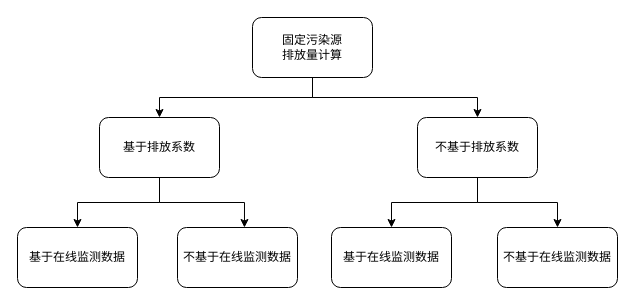
WienWong/Misc keeps this draw.io diagram as 固定污染源计算.drawio. Above is the earlier version. Source tidied: cells renumbered, new cells numbered last; positions are measured from the earlier drawing's top-left corner, leaving out a move shared by most shapes. Both pictures are drawn from the tidied source at 100%, with x=0, y=0 at pixel (17, 17).
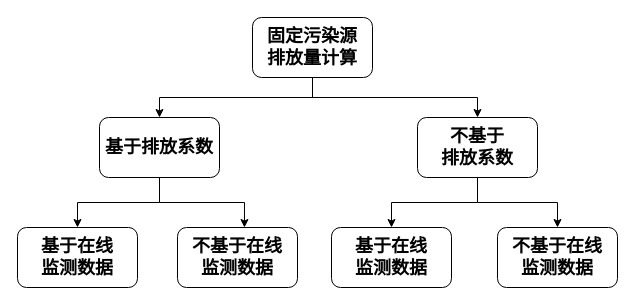
The same diagram, later.

Commit message (it also covers changes not shown here):
Update 固定污染源计算.drawio

Diff of the diagram source:
```diff
@@
 <mxGraphModel>
   <root>
     <mxCell id="0" />
     <mxCell id="1" parent="0" />
     <mxCell id="2" style="edgeStyle=orthogonalEdgeStyle;rounded=0;jettySize=auto;html=1;exitX=0.5;exitY=1;exitDx=0;exitDy=0;" parent="1" edge="1" source="4" target="10">
       <mxGeometry relative="1" as="geometry" />
     </mxCell>
     <mxCell id="3" style="edgeStyle=orthogonalEdgeStyle;rounded=0;jettySize=auto;html=1;exitX=0.5;exitY=1;exitDx=0;exitDy=0;" parent="1" edge="1" source="4" target="7">
       <mxGeometry relative="1" as="geometry" />
     </mxCell>
-    <mxCell id="4" value="固定污染源&lt;br&gt;排放量计算" style="rounded=1;whiteSpace=wrap;html=1;" parent="1" vertex="1">
+    <mxCell id="4" value="&lt;font style=&quot;font-size: 18px&quot;&gt;&lt;b&gt;固定污染源&lt;br&gt;排放量计算&lt;/b&gt;&lt;/font&gt;" style="rounded=1;whiteSpace=wrap;html=1;" parent="1" vertex="1">
       <mxGeometry x="235" width="120" height="60" as="geometry" />
     </mxCell>
     <mxCell id="5" style="edgeStyle=orthogonalEdgeStyle;rounded=0;jettySize=auto;html=1;exitX=0.5;exitY=1;exitDx=0;exitDy=0;entryX=0.5;entryY=0;entryDx=0;entryDy=0;" parent="1" edge="1" source="7" target="11">
       <mxGeometry relative="1" as="geometry" />
     </mxCell>
     <mxCell id="6" style="edgeStyle=orthogonalEdgeStyle;rounded=0;jettySize=auto;html=1;exitX=0.5;exitY=1;exitDx=0;exitDy=0;entryX=0.5;entryY=0;entryDx=0;entryDy=0;" parent="1" edge="1" source="7" target="12">
       <mxGeometry relative="1" as="geometry" />
     </mxCell>
-    <mxCell id="7" value="不基于排放系数&lt;br&gt;" style="rounded=1;whiteSpace=wrap;html=1;" parent="1" vertex="1">
+    <mxCell id="7" value="&lt;font style=&quot;font-size: 18px&quot;&gt;&lt;b&gt;不基于&lt;br&gt;排放系数&lt;/b&gt;&lt;/font&gt;" style="rounded=1;whiteSpace=wrap;html=1;" parent="1" vertex="1">
       <mxGeometry x="400" y="100" width="120" height="60" as="geometry" />
     </mxCell>
     <mxCell id="8" style="edgeStyle=orthogonalEdgeStyle;rounded=0;jettySize=auto;html=1;exitX=0.5;exitY=1;exitDx=0;exitDy=0;entryX=0.5;entryY=0;entryDx=0;entryDy=0;" parent="1" edge="1" source="10" target="13">
       <mxGeometry relative="1" as="geometry" />
     </mxCell>
     <mxCell id="9" style="edgeStyle=orthogonalEdgeStyle;rounded=0;jettySize=auto;html=1;exitX=0.5;exitY=1;exitDx=0;exitDy=0;entryX=0.558;entryY=0;entryDx=0;entryDy=0;entryPerimeter=0;" parent="1" edge="1" source="10" target="14">
       <mxGeometry relative="1" as="geometry" />
     </mxCell>
-    <mxCell id="10" value="基于排放系数&lt;br&gt;" style="rounded=1;whiteSpace=wrap;html=1;" parent="1" vertex="1">
+    <mxCell id="10" value="&lt;font style=&quot;font-size: 18px&quot;&gt;&lt;b&gt;基于排放系数&lt;/b&gt;&lt;/font&gt;" style="rounded=1;whiteSpace=wrap;html=1;" parent="1" vertex="1">
       <mxGeometry x="82" y="100" width="120" height="60" as="geometry" />
     </mxCell>
-    <mxCell id="11" value="基于在线监测数据" style="rounded=1;whiteSpace=wrap;html=1;" parent="1" vertex="1">
+    <mxCell id="11" value="&lt;font style=&quot;font-size: 18px&quot;&gt;&lt;b&gt;基于在线&lt;br&gt;监测数据&lt;/b&gt;&lt;/font&gt;" style="rounded=1;whiteSpace=wrap;html=1;" parent="1" vertex="1">
       <mxGeometry x="314" y="210" width="120" height="60" as="geometry" />
     </mxCell>
-    <mxCell id="12" value="不基于在线监测数据" style="rounded=1;whiteSpace=wrap;html=1;" parent="1" vertex="1">
+    <mxCell id="12" value="&lt;font style=&quot;font-size: 18px&quot;&gt;&lt;b&gt;不基于在线&lt;br&gt;监测数据&lt;/b&gt;&lt;/font&gt;" style="rounded=1;whiteSpace=wrap;html=1;" parent="1" vertex="1">
       <mxGeometry x="480" y="210" width="120" height="60" as="geometry" />
     </mxCell>
-    <mxCell id="13" value="基于在线监测数据" style="rounded=1;whiteSpace=wrap;html=1;" parent="1" vertex="1">
+    <mxCell id="13" value="&lt;font style=&quot;font-size: 18px&quot;&gt;&lt;b&gt;基于在线&lt;br&gt;监测数据&lt;/b&gt;&lt;/font&gt;" style="rounded=1;whiteSpace=wrap;html=1;" parent="1" vertex="1">
       <mxGeometry y="210" width="120" height="60" as="geometry" />
     </mxCell>
-    <mxCell id="14" value="不基于在线监测数据" style="rounded=1;whiteSpace=wrap;html=1;" parent="1" vertex="1">
+    <mxCell id="14" value="&lt;font style=&quot;font-size: 18px&quot;&gt;&lt;b&gt;不基于在线&lt;br&gt;监测数据&lt;/b&gt;&lt;/font&gt;" style="rounded=1;whiteSpace=wrap;html=1;" parent="1" vertex="1">
       <mxGeometry x="160" y="210" width="120" height="60" as="geometry" />
     </mxCell>
   </root>
 </mxGraphModel>
```
